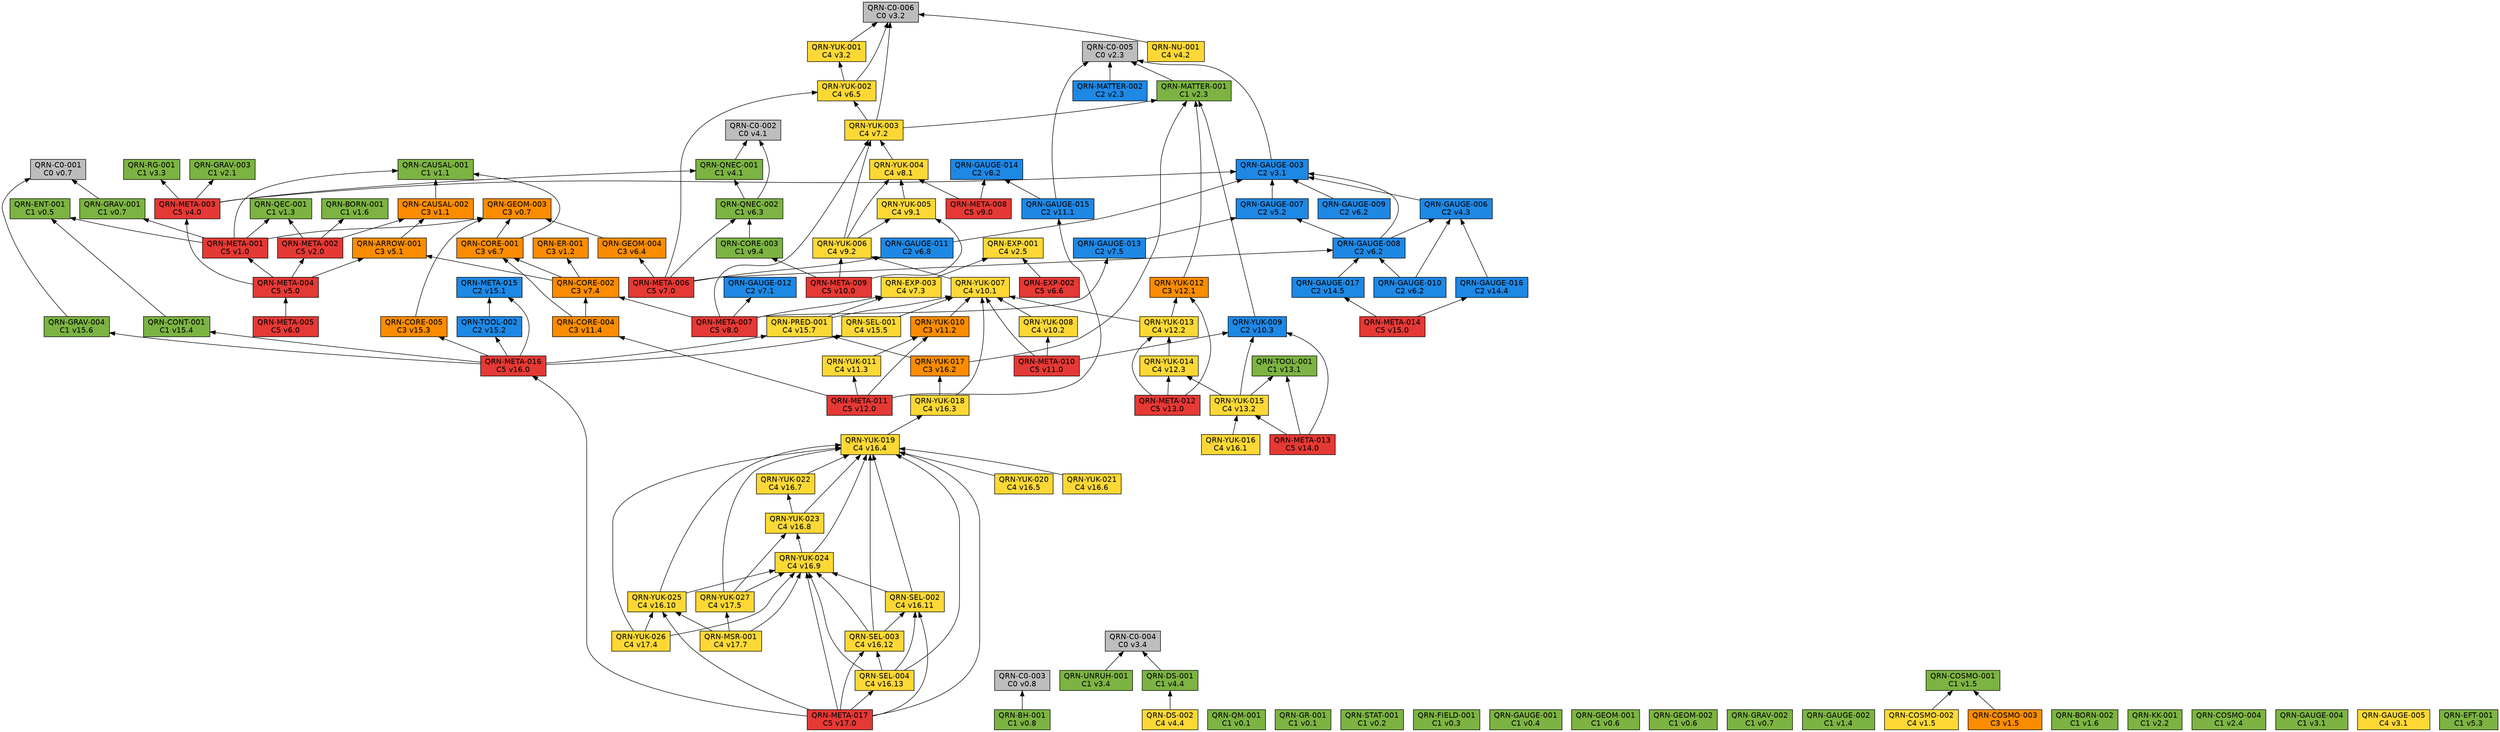
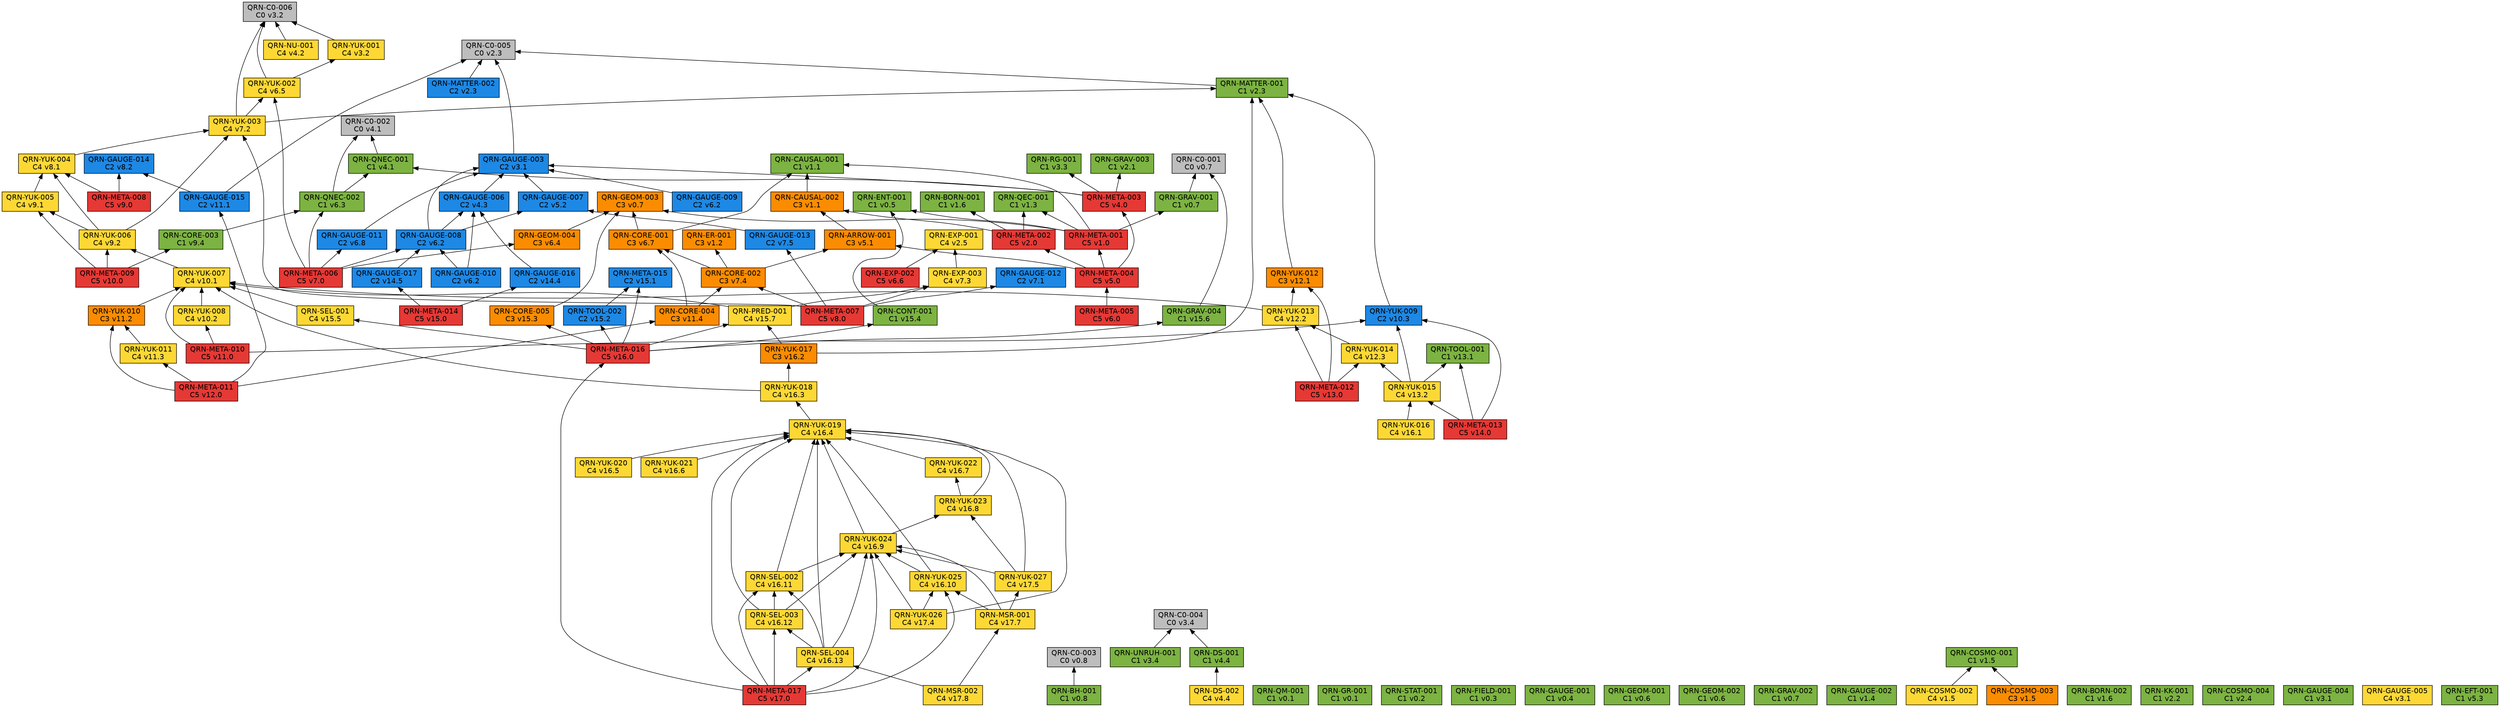
// 自動生成 (dag/report.pl) — QRN 主張依存グラフ
digraph qrn {
  rankdir=BT;
  node [shape=box, style=filled, fontname="Helvetica"];
  "QRN-C0-001" [fillcolor="#bdbdbd", label="QRN-C0-001\nC0 v0.7"];
  "QRN-C0-002" [fillcolor="#bdbdbd", label="QRN-C0-002\nC0 v4.1"];
  "QRN-C0-003" [fillcolor="#bdbdbd", label="QRN-C0-003\nC0 v0.8"];
  "QRN-C0-004" [fillcolor="#bdbdbd", label="QRN-C0-004\nC0 v3.4"];
  "QRN-C0-005" [fillcolor="#bdbdbd", label="QRN-C0-005\nC0 v2.3"];
  "QRN-C0-006" [fillcolor="#bdbdbd", label="QRN-C0-006\nC0 v3.2"];
  "QRN-QM-001" [fillcolor="#7cb342", label="QRN-QM-001\nC1 v0.1"];
  "QRN-GR-001" [fillcolor="#7cb342", label="QRN-GR-001\nC1 v0.1"];
  "QRN-STAT-001" [fillcolor="#7cb342", label="QRN-STAT-001\nC1 v0.2"];
  "QRN-FIELD-001" [fillcolor="#7cb342", label="QRN-FIELD-001\nC1 v0.3"];
  "QRN-GAUGE-001" [fillcolor="#7cb342", label="QRN-GAUGE-001\nC1 v0.4"];
  "QRN-ENT-001" [fillcolor="#7cb342", label="QRN-ENT-001\nC1 v0.5"];
  "QRN-GEOM-001" [fillcolor="#7cb342", label="QRN-GEOM-001\nC1 v0.6"];
  "QRN-GEOM-002" [fillcolor="#7cb342", label="QRN-GEOM-002\nC1 v0.6"];
  "QRN-GEOM-003" [fillcolor="#fb8c00", label="QRN-GEOM-003\nC3 v0.7"];
  "QRN-GRAV-001" [fillcolor="#7cb342", label="QRN-GRAV-001\nC1 v0.7"];
  "QRN-GRAV-002" [fillcolor="#7cb342", label="QRN-GRAV-002\nC1 v0.7"];
  "QRN-BH-001" [fillcolor="#7cb342", label="QRN-BH-001\nC1 v0.8"];
  "QRN-CAUSAL-001" [fillcolor="#7cb342", label="QRN-CAUSAL-001\nC1 v1.1"];
  "QRN-CAUSAL-002" [fillcolor="#fb8c00", label="QRN-CAUSAL-002\nC3 v1.1"];
  "QRN-ER-001" [fillcolor="#fb8c00", label="QRN-ER-001\nC3 v1.2"];
  "QRN-QEC-001" [fillcolor="#7cb342", label="QRN-QEC-001\nC1 v1.3"];
  "QRN-GAUGE-002" [fillcolor="#7cb342", label="QRN-GAUGE-002\nC1 v1.4"];
  "QRN-COSMO-001" [fillcolor="#7cb342", label="QRN-COSMO-001\nC1 v1.5"];
  "QRN-COSMO-002" [fillcolor="#fdd835", label="QRN-COSMO-002\nC4 v1.5"];
  "QRN-COSMO-003" [fillcolor="#fb8c00", label="QRN-COSMO-003\nC3 v1.5"];
  "QRN-BORN-001" [fillcolor="#7cb342", label="QRN-BORN-001\nC1 v1.6"];
  "QRN-BORN-002" [fillcolor="#7cb342", label="QRN-BORN-002\nC1 v1.6"];
  "QRN-GRAV-003" [fillcolor="#7cb342", label="QRN-GRAV-003\nC1 v2.1"];
  "QRN-KK-001" [fillcolor="#7cb342", label="QRN-KK-001\nC1 v2.2"];
  "QRN-MATTER-001" [fillcolor="#7cb342", label="QRN-MATTER-001\nC1 v2.3"];
  "QRN-MATTER-002" [fillcolor="#1e88e5", label="QRN-MATTER-002\nC2 v2.3"];
  "QRN-COSMO-004" [fillcolor="#7cb342", label="QRN-COSMO-004\nC1 v2.4"];
  "QRN-EXP-001" [fillcolor="#fdd835", label="QRN-EXP-001\nC4 v2.5"];
  "QRN-GAUGE-003" [fillcolor="#1e88e5", label="QRN-GAUGE-003\nC2 v3.1"];
  "QRN-GAUGE-004" [fillcolor="#7cb342", label="QRN-GAUGE-004\nC1 v3.1"];
  "QRN-GAUGE-005" [fillcolor="#fdd835", label="QRN-GAUGE-005\nC4 v3.1"];
  "QRN-YUK-001" [fillcolor="#fdd835", label="QRN-YUK-001\nC4 v3.2"];
  "QRN-RG-001" [fillcolor="#7cb342", label="QRN-RG-001\nC1 v3.3"];
  "QRN-UNRUH-001" [fillcolor="#7cb342", label="QRN-UNRUH-001\nC1 v3.4"];
  "QRN-QNEC-001" [fillcolor="#7cb342", label="QRN-QNEC-001\nC1 v4.1"];
  "QRN-NU-001" [fillcolor="#fdd835", label="QRN-NU-001\nC4 v4.2"];
  "QRN-GAUGE-006" [fillcolor="#1e88e5", label="QRN-GAUGE-006\nC2 v4.3"];
  "QRN-DS-001" [fillcolor="#7cb342", label="QRN-DS-001\nC1 v4.4"];
  "QRN-DS-002" [fillcolor="#fdd835", label="QRN-DS-002\nC4 v4.4"];
  "QRN-ARROW-001" [fillcolor="#fb8c00", label="QRN-ARROW-001\nC3 v5.1"];
  "QRN-GAUGE-007" [fillcolor="#1e88e5", label="QRN-GAUGE-007\nC2 v5.2"];
  "QRN-EFT-001" [fillcolor="#7cb342", label="QRN-EFT-001\nC1 v5.3"];
  "QRN-GAUGE-008" [fillcolor="#1e88e5", label="QRN-GAUGE-008\nC2 v6.2"];
  "QRN-GAUGE-009" [fillcolor="#1e88e5", label="QRN-GAUGE-009\nC2 v6.2"];
  "QRN-GAUGE-010" [fillcolor="#1e88e5", label="QRN-GAUGE-010\nC2 v6.2"];
  "QRN-QNEC-002" [fillcolor="#7cb342", label="QRN-QNEC-002\nC1 v6.3"];
  "QRN-GEOM-004" [fillcolor="#fb8c00", label="QRN-GEOM-004\nC3 v6.4"];
  "QRN-YUK-002" [fillcolor="#fdd835", label="QRN-YUK-002\nC4 v6.5"];
  "QRN-EXP-002" [fillcolor="#e53935", label="QRN-EXP-002\nC5 v6.6"];
  "QRN-CORE-001" [fillcolor="#fb8c00", label="QRN-CORE-001\nC3 v6.7"];
  "QRN-GAUGE-011" [fillcolor="#1e88e5", label="QRN-GAUGE-011\nC2 v6.8"];
  "QRN-GAUGE-012" [fillcolor="#1e88e5", label="QRN-GAUGE-012\nC2 v7.1"];
  "QRN-YUK-003" [fillcolor="#fdd835", label="QRN-YUK-003\nC4 v7.2"];
  "QRN-EXP-003" [fillcolor="#fdd835", label="QRN-EXP-003\nC4 v7.3"];
  "QRN-CORE-002" [fillcolor="#fb8c00", label="QRN-CORE-002\nC3 v7.4"];
  "QRN-GAUGE-013" [fillcolor="#1e88e5", label="QRN-GAUGE-013\nC2 v7.5"];
  "QRN-YUK-004" [fillcolor="#fdd835", label="QRN-YUK-004\nC4 v8.1"];
  "QRN-GAUGE-014" [fillcolor="#1e88e5", label="QRN-GAUGE-014\nC2 v8.2"];
  "QRN-META-001" [fillcolor="#e53935", label="QRN-META-001\nC5 v1.0"];
  "QRN-META-002" [fillcolor="#e53935", label="QRN-META-002\nC5 v2.0"];
  "QRN-META-003" [fillcolor="#e53935", label="QRN-META-003\nC5 v4.0"];
  "QRN-META-004" [fillcolor="#e53935", label="QRN-META-004\nC5 v5.0"];
  "QRN-META-005" [fillcolor="#e53935", label="QRN-META-005\nC5 v6.0"];
  "QRN-META-006" [fillcolor="#e53935", label="QRN-META-006\nC5 v7.0"];
  "QRN-META-007" [fillcolor="#e53935", label="QRN-META-007\nC5 v8.0"];
  "QRN-META-008" [fillcolor="#e53935", label="QRN-META-008\nC5 v9.0"];
  "QRN-YUK-005" [fillcolor="#fdd835", label="QRN-YUK-005\nC4 v9.1"];
  "QRN-YUK-006" [fillcolor="#fdd835", label="QRN-YUK-006\nC4 v9.2"];
  "QRN-CORE-003" [fillcolor="#7cb342", label="QRN-CORE-003\nC1 v9.4"];
  "QRN-META-009" [fillcolor="#e53935", label="QRN-META-009\nC5 v10.0"];
  "QRN-YUK-007" [fillcolor="#fdd835", label="QRN-YUK-007\nC4 v10.1"];
  "QRN-YUK-008" [fillcolor="#fdd835", label="QRN-YUK-008\nC4 v10.2"];
  "QRN-YUK-009" [fillcolor="#1e88e5", label="QRN-YUK-009\nC2 v10.3"];
  "QRN-META-010" [fillcolor="#e53935", label="QRN-META-010\nC5 v11.0"];
  "QRN-GAUGE-015" [fillcolor="#1e88e5", label="QRN-GAUGE-015\nC2 v11.1"];
  "QRN-YUK-010" [fillcolor="#fb8c00", label="QRN-YUK-010\nC3 v11.2"];
  "QRN-YUK-011" [fillcolor="#fdd835", label="QRN-YUK-011\nC4 v11.3"];
  "QRN-CORE-004" [fillcolor="#fb8c00", label="QRN-CORE-004\nC3 v11.4"];
  "QRN-META-011" [fillcolor="#e53935", label="QRN-META-011\nC5 v12.0"];
  "QRN-YUK-012" [fillcolor="#fb8c00", label="QRN-YUK-012\nC3 v12.1"];
  "QRN-YUK-013" [fillcolor="#fdd835", label="QRN-YUK-013\nC4 v12.2"];
  "QRN-YUK-014" [fillcolor="#fdd835", label="QRN-YUK-014\nC4 v12.3"];
  "QRN-META-012" [fillcolor="#e53935", label="QRN-META-012\nC5 v13.0"];
  "QRN-TOOL-001" [fillcolor="#7cb342", label="QRN-TOOL-001\nC1 v13.1"];
  "QRN-YUK-015" [fillcolor="#fdd835", label="QRN-YUK-015\nC4 v13.2"];
  "QRN-META-013" [fillcolor="#e53935", label="QRN-META-013\nC5 v14.0"];
  "QRN-GAUGE-016" [fillcolor="#1e88e5", label="QRN-GAUGE-016\nC2 v14.4"];
  "QRN-GAUGE-017" [fillcolor="#1e88e5", label="QRN-GAUGE-017\nC2 v14.5"];
  "QRN-META-014" [fillcolor="#e53935", label="QRN-META-014\nC5 v15.0"];
  "QRN-META-015" [fillcolor="#1e88e5", label="QRN-META-015\nC2 v15.1"];
  "QRN-TOOL-002" [fillcolor="#1e88e5", label="QRN-TOOL-002\nC2 v15.2"];
  "QRN-CORE-005" [fillcolor="#fb8c00", label="QRN-CORE-005\nC3 v15.3"];
  "QRN-CONT-001" [fillcolor="#7cb342", label="QRN-CONT-001\nC1 v15.4"];
  "QRN-SEL-001" [fillcolor="#fdd835", label="QRN-SEL-001\nC4 v15.5"];
  "QRN-GRAV-004" [fillcolor="#7cb342", label="QRN-GRAV-004\nC1 v15.6"];
  "QRN-PRED-001" [fillcolor="#fdd835", label="QRN-PRED-001\nC4 v15.7"];
  "QRN-META-016" [fillcolor="#e53935", label="QRN-META-016\nC5 v16.0"];
  "QRN-YUK-016" [fillcolor="#fdd835", label="QRN-YUK-016\nC4 v16.1"];
  "QRN-YUK-017" [fillcolor="#fb8c00", label="QRN-YUK-017\nC3 v16.2"];
  "QRN-YUK-018" [fillcolor="#fdd835", label="QRN-YUK-018\nC4 v16.3"];
  "QRN-YUK-019" [fillcolor="#fdd835", label="QRN-YUK-019\nC4 v16.4"];
  "QRN-YUK-020" [fillcolor="#fdd835", label="QRN-YUK-020\nC4 v16.5"];
  "QRN-YUK-021" [fillcolor="#fdd835", label="QRN-YUK-021\nC4 v16.6"];
  "QRN-YUK-022" [fillcolor="#fdd835", label="QRN-YUK-022\nC4 v16.7"];
  "QRN-YUK-023" [fillcolor="#fdd835", label="QRN-YUK-023\nC4 v16.8"];
  "QRN-YUK-024" [fillcolor="#fdd835", label="QRN-YUK-024\nC4 v16.9"];
  "QRN-YUK-025" [fillcolor="#fdd835", label="QRN-YUK-025\nC4 v16.10"];
  "QRN-SEL-002" [fillcolor="#fdd835", label="QRN-SEL-002\nC4 v16.11"];
  "QRN-SEL-003" [fillcolor="#fdd835", label="QRN-SEL-003\nC4 v16.12"];
  "QRN-SEL-004" [fillcolor="#fdd835", label="QRN-SEL-004\nC4 v16.13"];
  "QRN-META-017" [fillcolor="#e53935", label="QRN-META-017\nC5 v17.0"];
  "QRN-YUK-026" [fillcolor="#fdd835", label="QRN-YUK-026\nC4 v17.4"];
  "QRN-YUK-027" [fillcolor="#fdd835", label="QRN-YUK-027\nC4 v17.5"];
  "QRN-MSR-001" [fillcolor="#fdd835", label="QRN-MSR-001\nC4 v17.7"];
+   "QRN-MSR-002" [fillcolor="#fdd835", label="QRN-MSR-002\nC4 v17.8"];
  "QRN-GRAV-001" -> "QRN-C0-001";
  "QRN-BH-001" -> "QRN-C0-003";
  "QRN-CAUSAL-002" -> "QRN-CAUSAL-001";
  "QRN-COSMO-002" -> "QRN-COSMO-001";
  "QRN-COSMO-003" -> "QRN-COSMO-001";
  "QRN-MATTER-001" -> "QRN-C0-005";
  "QRN-MATTER-002" -> "QRN-C0-005";
  "QRN-GAUGE-003" -> "QRN-C0-005";
  "QRN-YUK-001" -> "QRN-C0-006";
  "QRN-UNRUH-001" -> "QRN-C0-004";
  "QRN-QNEC-001" -> "QRN-C0-002";
  "QRN-NU-001" -> "QRN-C0-006";
  "QRN-GAUGE-006" -> "QRN-GAUGE-003";
  "QRN-DS-001" -> "QRN-C0-004";
  "QRN-DS-002" -> "QRN-DS-001";
  "QRN-ARROW-001" -> "QRN-CAUSAL-002";
  "QRN-GAUGE-007" -> "QRN-GAUGE-003";
  "QRN-GAUGE-008" -> "QRN-GAUGE-003";
  "QRN-GAUGE-008" -> "QRN-GAUGE-006";
  "QRN-GAUGE-008" -> "QRN-GAUGE-007";
  "QRN-GAUGE-009" -> "QRN-GAUGE-003";
  "QRN-GAUGE-010" -> "QRN-GAUGE-006";
  "QRN-GAUGE-010" -> "QRN-GAUGE-008";
  "QRN-QNEC-002" -> "QRN-C0-002";
  "QRN-QNEC-002" -> "QRN-QNEC-001";
  "QRN-GEOM-004" -> "QRN-GEOM-003";
  "QRN-YUK-002" -> "QRN-C0-006";
  "QRN-YUK-002" -> "QRN-YUK-001";
  "QRN-EXP-002" -> "QRN-EXP-001";
  "QRN-CORE-001" -> "QRN-GEOM-003";
  "QRN-CORE-001" -> "QRN-CAUSAL-001";
  "QRN-GAUGE-011" -> "QRN-GAUGE-003";
  "QRN-YUK-003" -> "QRN-C0-006";
  "QRN-YUK-003" -> "QRN-MATTER-001";
  "QRN-YUK-003" -> "QRN-YUK-002";
  "QRN-EXP-003" -> "QRN-EXP-001";
  "QRN-CORE-002" -> "QRN-CORE-001";
  "QRN-CORE-002" -> "QRN-ER-001";
  "QRN-CORE-002" -> "QRN-ARROW-001";
  "QRN-GAUGE-013" -> "QRN-GAUGE-007";
  "QRN-YUK-004" -> "QRN-YUK-003";
  "QRN-META-001" -> "QRN-GEOM-003";
  "QRN-META-001" -> "QRN-GRAV-001";
  "QRN-META-001" -> "QRN-CAUSAL-001";
  "QRN-META-001" -> "QRN-QEC-001";
  "QRN-META-001" -> "QRN-ENT-001";
  "QRN-META-002" -> "QRN-QEC-001";
  "QRN-META-002" -> "QRN-BORN-001";
  "QRN-META-002" -> "QRN-CAUSAL-002";
  "QRN-META-003" -> "QRN-GAUGE-003";
  "QRN-META-003" -> "QRN-RG-001";
  "QRN-META-003" -> "QRN-QNEC-001";
  "QRN-META-003" -> "QRN-GRAV-003";
  "QRN-META-004" -> "QRN-META-001";
  "QRN-META-004" -> "QRN-META-002";
  "QRN-META-004" -> "QRN-META-003";
  "QRN-META-004" -> "QRN-ARROW-001";
  "QRN-META-005" -> "QRN-META-004";
  "QRN-META-006" -> "QRN-GAUGE-008";
  "QRN-META-006" -> "QRN-QNEC-002";
  "QRN-META-006" -> "QRN-GEOM-004";
  "QRN-META-006" -> "QRN-YUK-002";
  "QRN-META-006" -> "QRN-GAUGE-011";
  "QRN-META-007" -> "QRN-GAUGE-012";
  "QRN-META-007" -> "QRN-YUK-003";
  "QRN-META-007" -> "QRN-EXP-003";
  "QRN-META-007" -> "QRN-CORE-002";
  "QRN-META-007" -> "QRN-GAUGE-013";
  "QRN-META-008" -> "QRN-YUK-004";
  "QRN-META-008" -> "QRN-GAUGE-014";
  "QRN-YUK-005" -> "QRN-YUK-004";
  "QRN-YUK-006" -> "QRN-YUK-003";
  "QRN-YUK-006" -> "QRN-YUK-004";
  "QRN-YUK-006" -> "QRN-YUK-005";
  "QRN-CORE-003" -> "QRN-QNEC-002";
  "QRN-META-009" -> "QRN-YUK-005";
  "QRN-META-009" -> "QRN-YUK-006";
  "QRN-META-009" -> "QRN-CORE-003";
  "QRN-YUK-007" -> "QRN-YUK-006";
  "QRN-YUK-008" -> "QRN-YUK-007";
  "QRN-YUK-009" -> "QRN-MATTER-001";
  "QRN-META-010" -> "QRN-YUK-007";
  "QRN-META-010" -> "QRN-YUK-008";
  "QRN-META-010" -> "QRN-YUK-009";
  "QRN-GAUGE-015" -> "QRN-C0-005";
  "QRN-GAUGE-015" -> "QRN-GAUGE-014";
  "QRN-YUK-010" -> "QRN-YUK-007";
  "QRN-YUK-011" -> "QRN-YUK-010";
  "QRN-CORE-004" -> "QRN-CORE-001";
  "QRN-CORE-004" -> "QRN-CORE-002";
  "QRN-META-011" -> "QRN-GAUGE-015";
  "QRN-META-011" -> "QRN-YUK-010";
  "QRN-META-011" -> "QRN-YUK-011";
  "QRN-META-011" -> "QRN-CORE-004";
  "QRN-YUK-012" -> "QRN-MATTER-001";
  "QRN-YUK-013" -> "QRN-YUK-012";
  "QRN-YUK-013" -> "QRN-YUK-007";
  "QRN-YUK-014" -> "QRN-YUK-013";
  "QRN-META-012" -> "QRN-YUK-012";
  "QRN-META-012" -> "QRN-YUK-013";
  "QRN-META-012" -> "QRN-YUK-014";
  "QRN-YUK-015" -> "QRN-YUK-014";
  "QRN-YUK-015" -> "QRN-TOOL-001";
  "QRN-YUK-015" -> "QRN-YUK-009";
  "QRN-META-013" -> "QRN-YUK-015";
  "QRN-META-013" -> "QRN-TOOL-001";
  "QRN-META-013" -> "QRN-YUK-009";
  "QRN-GAUGE-016" -> "QRN-GAUGE-006";
  "QRN-GAUGE-017" -> "QRN-GAUGE-008";
  "QRN-META-014" -> "QRN-GAUGE-016";
  "QRN-META-014" -> "QRN-GAUGE-017";
  "QRN-TOOL-002" -> "QRN-META-015";
  "QRN-CORE-005" -> "QRN-GEOM-003";
  "QRN-CONT-001" -> "QRN-ENT-001";
  "QRN-SEL-001" -> "QRN-YUK-007";
  "QRN-GRAV-004" -> "QRN-C0-001";
  "QRN-PRED-001" -> "QRN-YUK-007";
  "QRN-PRED-001" -> "QRN-EXP-003";
  "QRN-META-016" -> "QRN-META-015";
  "QRN-META-016" -> "QRN-TOOL-002";
  "QRN-META-016" -> "QRN-CORE-005";
  "QRN-META-016" -> "QRN-CONT-001";
  "QRN-META-016" -> "QRN-SEL-001";
  "QRN-META-016" -> "QRN-GRAV-004";
  "QRN-META-016" -> "QRN-PRED-001";
  "QRN-YUK-016" -> "QRN-YUK-015";
  "QRN-YUK-017" -> "QRN-MATTER-001";
  "QRN-YUK-017" -> "QRN-PRED-001";
  "QRN-YUK-018" -> "QRN-YUK-017";
  "QRN-YUK-018" -> "QRN-YUK-007";
  "QRN-YUK-019" -> "QRN-YUK-018";
  "QRN-YUK-020" -> "QRN-YUK-019";
  "QRN-YUK-021" -> "QRN-YUK-019";
  "QRN-YUK-022" -> "QRN-YUK-019";
  "QRN-YUK-023" -> "QRN-YUK-019";
  "QRN-YUK-023" -> "QRN-YUK-022";
  "QRN-YUK-024" -> "QRN-YUK-019";
  "QRN-YUK-024" -> "QRN-YUK-023";
  "QRN-YUK-025" -> "QRN-YUK-019";
  "QRN-YUK-025" -> "QRN-YUK-024";
  "QRN-SEL-002" -> "QRN-YUK-019";
  "QRN-SEL-002" -> "QRN-YUK-024";
  "QRN-SEL-003" -> "QRN-YUK-019";
  "QRN-SEL-003" -> "QRN-YUK-024";
  "QRN-SEL-003" -> "QRN-SEL-002";
  "QRN-SEL-004" -> "QRN-YUK-019";
  "QRN-SEL-004" -> "QRN-YUK-024";
  "QRN-SEL-004" -> "QRN-SEL-002";
  "QRN-SEL-004" -> "QRN-SEL-003";
  "QRN-META-017" -> "QRN-META-016";
  "QRN-META-017" -> "QRN-YUK-019";
  "QRN-META-017" -> "QRN-YUK-024";
  "QRN-META-017" -> "QRN-YUK-025";
  "QRN-META-017" -> "QRN-SEL-002";
  "QRN-META-017" -> "QRN-SEL-003";
  "QRN-META-017" -> "QRN-SEL-004";
  "QRN-YUK-026" -> "QRN-YUK-019";
  "QRN-YUK-026" -> "QRN-YUK-024";
  "QRN-YUK-026" -> "QRN-YUK-025";
  "QRN-YUK-027" -> "QRN-YUK-019";
  "QRN-YUK-027" -> "QRN-YUK-023";
  "QRN-YUK-027" -> "QRN-YUK-024";
  "QRN-MSR-001" -> "QRN-YUK-024";
  "QRN-MSR-001" -> "QRN-YUK-025";
  "QRN-MSR-001" -> "QRN-YUK-027";
+   "QRN-MSR-002" -> "QRN-SEL-004";
+   "QRN-MSR-002" -> "QRN-MSR-001";
}
